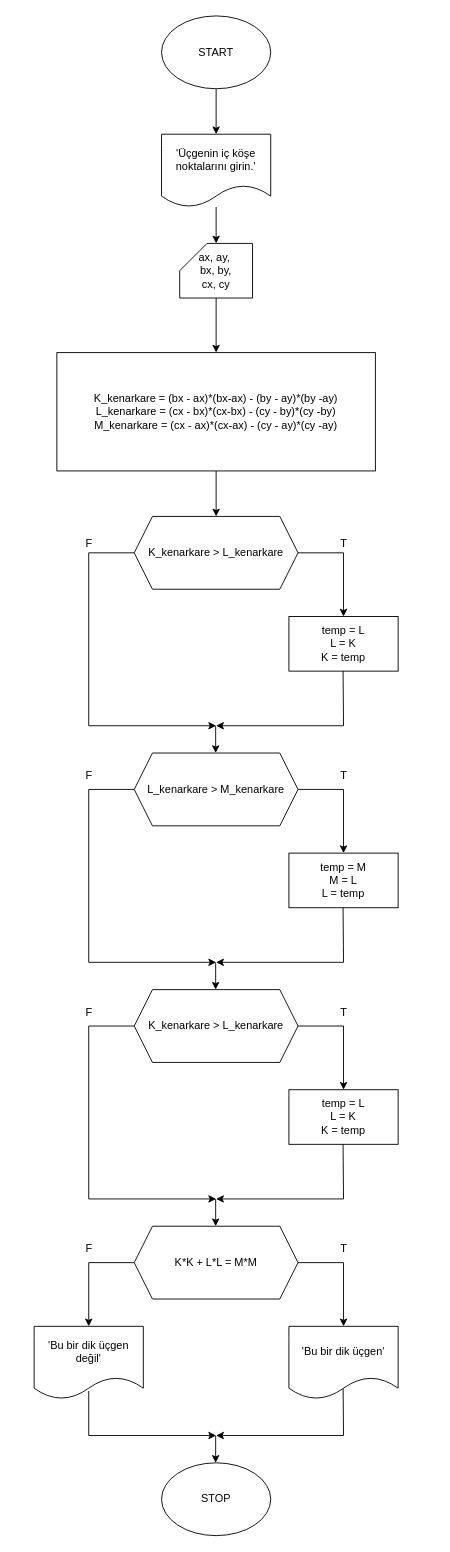
Above: dikUcgen.drawio in zeyneppkts/flow-charts (draw.io), before the change. Source tidied: cells renumbered, new cells numbered last; positions are measured from the earlier drawing's top-left corner, leaving out a move shared by most shapes. Both pictures are drawn from the tidied source at 91%, with x=0, y=0 at pixel (34, 15).
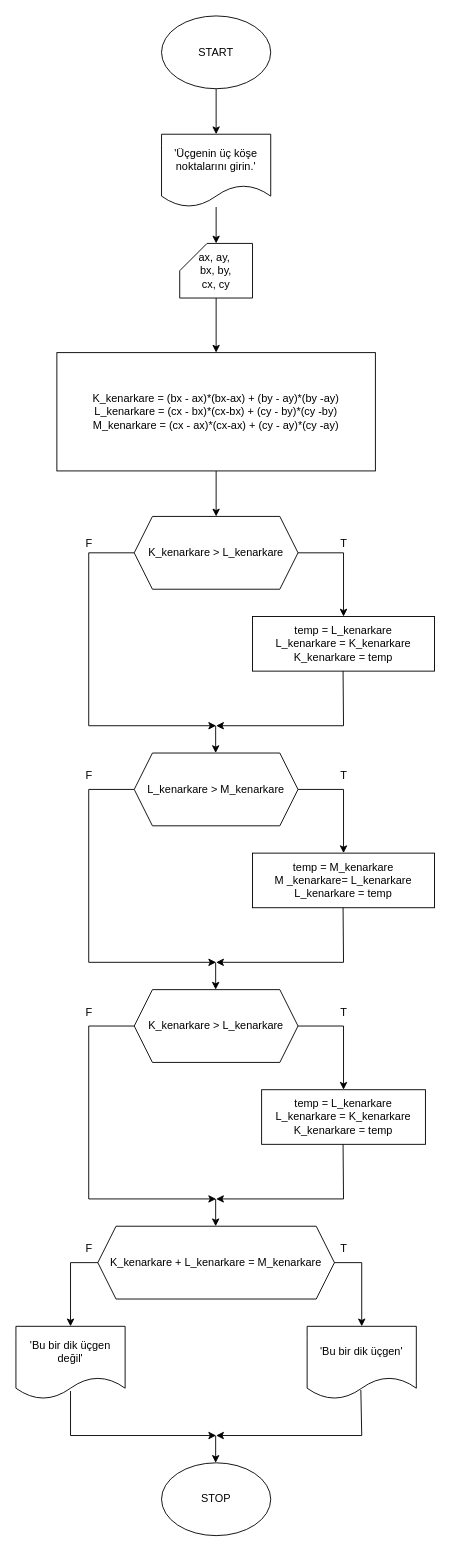
The same page after the edit.

Diff of the diagram source:
```diff
@@
-    <mxCell id="5" value="'Üçgenin iç köşe noktalarını girin.'" style="shape=document;whiteSpace=wrap;html=1;boundedLbl=1;" parent="1" vertex="1">
+    <mxCell id="5" value="'Üçgenin üç köşe noktalarını girin.'" style="shape=document;whiteSpace=wrap;html=1;boundedLbl=1;" parent="1" vertex="1">
       <mxGeometry x="140" y="130" width="120" height="80" as="geometry" />
     </mxCell>
@@
-    <mxCell id="9" value="&lt;div&gt;K_kenarkare = (bx - ax)*(bx-ax) - (by - ay)*(by -ay)&lt;/div&gt;&lt;div&gt;L_kenarkare = (cx - bx)*(cx-bx) - (cy - by)*(cy -by)&lt;/div&gt;&lt;div&gt;M_kenarkare = (cx - ax)*(cx-ax) - (cy - ay)*(cy -ay)&lt;/div&gt;" style="rounded=0;whiteSpace=wrap;html=1;" parent="1" vertex="1">
+    <mxCell id="9" value="&lt;div&gt;K_kenarkare = (bx - ax)*(bx-ax) + (by - ay)*(by -ay)&lt;/div&gt;&lt;div&gt;L_kenarkare = (cx - bx)*(cx-bx) + (cy - by)*(cy -by)&lt;/div&gt;&lt;div&gt;M_kenarkare = (cx - ax)*(cx-ax) + (cy - ay)*(cy -ay)&lt;/div&gt;" style="rounded=0;whiteSpace=wrap;html=1;" parent="1" vertex="1">
       <mxGeometry x="25" y="370" width="350" height="130" as="geometry" />
     </mxCell>
@@
-    <mxCell id="11" value="&lt;div&gt;temp = L&lt;/div&gt;&lt;div&gt;L = K&lt;/div&gt;&lt;div&gt;K = temp&lt;br&gt;&lt;/div&gt;" style="rounded=0;whiteSpace=wrap;html=1;" parent="1" vertex="1">
-      <mxGeometry x="280" y="660" width="120" height="60" as="geometry" />
+    <mxCell id="11" value="&lt;div&gt;temp = L_kenarkare&lt;/div&gt;&lt;div&gt;L_kenarkare = K_kenarkare&lt;/div&gt;&lt;div&gt;K_kenarkare = temp&lt;br&gt;&lt;/div&gt;" style="rounded=0;whiteSpace=wrap;html=1;" parent="1" vertex="1">
+      <mxGeometry x="240" y="660" width="200" height="60" as="geometry" />
     </mxCell>
@@
-    <mxCell id="18" value="&lt;div&gt;temp = M&lt;br&gt;&lt;/div&gt;&lt;div&gt;M = L&lt;br&gt;&lt;/div&gt;&lt;div&gt;L = temp&lt;br&gt;&lt;/div&gt;" style="rounded=0;whiteSpace=wrap;html=1;" parent="1" vertex="1">
-      <mxGeometry x="280" y="920" width="120" height="60" as="geometry" />
+    <mxCell id="18" value="&lt;div&gt;temp = M_kenarkare&lt;br&gt;&lt;/div&gt;&lt;div&gt;M _kenarkare= L_kenarkare&lt;br&gt;&lt;/div&gt;&lt;div&gt;L_kenarkare = temp&lt;br&gt;&lt;/div&gt;" style="rounded=0;whiteSpace=wrap;html=1;" parent="1" vertex="1">
+      <mxGeometry x="240" y="920" width="200" height="60" as="geometry" />
     </mxCell>
@@
-    <mxCell id="25" value="&lt;div&gt;temp = L&lt;/div&gt;&lt;div&gt;L = K&lt;/div&gt;&lt;div&gt;K = temp&lt;br&gt;&lt;/div&gt;" style="rounded=0;whiteSpace=wrap;html=1;" parent="1" vertex="1">
-      <mxGeometry x="280" y="1180" width="120" height="60" as="geometry" />
+    <mxCell id="25" value="&lt;div&gt;temp = L_kenarkare&lt;/div&gt;&lt;div&gt;L_kenarkare = K_kenarkare&lt;/div&gt;&lt;div&gt;K_kenarkare = temp&lt;br&gt;&lt;/div&gt;" style="rounded=0;whiteSpace=wrap;html=1;" parent="1" vertex="1">
+      <mxGeometry x="250" y="1180" width="180" height="60" as="geometry" />
     </mxCell>
@@
-    <mxCell id="31" style="endArrow=classic;html=1;rounded=0;entryX=0.5;entryY=0;entryDx=0;entryDy=0;" parent="1" edge="1">
+    <mxCell id="31" style="endArrow=classic;html=1;rounded=0;entryX=0.5;entryY=0;entryDx=0;entryDy=0;" parent="1" edge="1" target="37">
       <mxGeometry relative="1" as="geometry">
         <mxPoint x="290" y="1370" as="sourcePoint" />
-        <mxPoint x="340" y="1440" as="targetPoint" />
         <Array as="points">
-          <mxPoint x="340" y="1370" />
+          <mxPoint x="360" y="1370" />
         </Array>
       </mxGeometry>
     </mxCell>
     <mxCell id="32" style="endArrow=classic;html=1;rounded=0;entryX=0.5;entryY=0;entryDx=0;entryDy=0;" parent="1" edge="1" target="38">
       <mxGeometry relative="1" as="geometry">
         <mxPoint x="110" y="1370" as="sourcePoint" />
         <Array as="points">
-          <mxPoint x="60" y="1370" />
+          <mxPoint x="40" y="1370" />
         </Array>
       </mxGeometry>
     </mxCell>
@@
-    <mxCell id="34" value="K*K + L*L = M*M" style="shape=hexagon;perimeter=hexagonPerimeter2;whiteSpace=wrap;html=1;fixedSize=1;" parent="1" vertex="1">
-      <mxGeometry x="110" y="1330" width="180" height="80" as="geometry" />
+    <mxCell id="34" value="K_kenarkare + L_kenarkare = M_kenarkare" style="shape=hexagon;perimeter=hexagonPerimeter2;whiteSpace=wrap;html=1;fixedSize=1;" parent="1" vertex="1">
+      <mxGeometry x="70" y="1330" width="260" height="80" as="geometry" />
     </mxCell>
-    <mxCell id="35" style="endArrow=classic;html=1;rounded=0;" parent="1" edge="1">
+    <mxCell id="35" style="endArrow=classic;html=1;rounded=0;exitX=0.492;exitY=0.875;exitDx=0;exitDy=0;exitPerimeter=0;" parent="1" edge="1" source="37">
       <mxGeometry relative="1" as="geometry">
-        <mxPoint x="339.5" y="1500" as="sourcePoint" />
         <mxPoint x="200" y="1560" as="targetPoint" />
         <Array as="points">
-          <mxPoint x="340" y="1560" />
+          <mxPoint x="360" y="1560" />
         </Array>
       </mxGeometry>
     </mxCell>
@@
     <mxCell id="37" value="'Bu bir dik üçgen'" style="shape=document;whiteSpace=wrap;html=1;boundedLbl=1;" parent="1" vertex="1">
-      <mxGeometry x="280" y="1440" width="120" height="80" as="geometry" />
+      <mxGeometry x="300" y="1440" width="120" height="80" as="geometry" />
     </mxCell>
     <mxCell id="38" value="'Bu bir dik üçgen değil'" style="shape=document;whiteSpace=wrap;html=1;boundedLbl=1;" parent="1" vertex="1">
-      <mxGeometry y="1440" width="120" height="80" as="geometry" />
+      <mxGeometry x="-20" y="1440" width="120" height="80" as="geometry" />
     </mxCell>
     <mxCell id="39" style="endArrow=classic;html=1;rounded=0;exitX=0.5;exitY=0.888;exitDx=0;exitDy=0;exitPerimeter=0;" parent="1" edge="1" source="38">
       <mxGeometry relative="1" as="geometry">
         <mxPoint x="200" y="1560" as="targetPoint" />
         <Array as="points">
-          <mxPoint x="60" y="1560" />
+          <mxPoint x="40" y="1560" />
         </Array>
       </mxGeometry>
     </mxCell>
```
